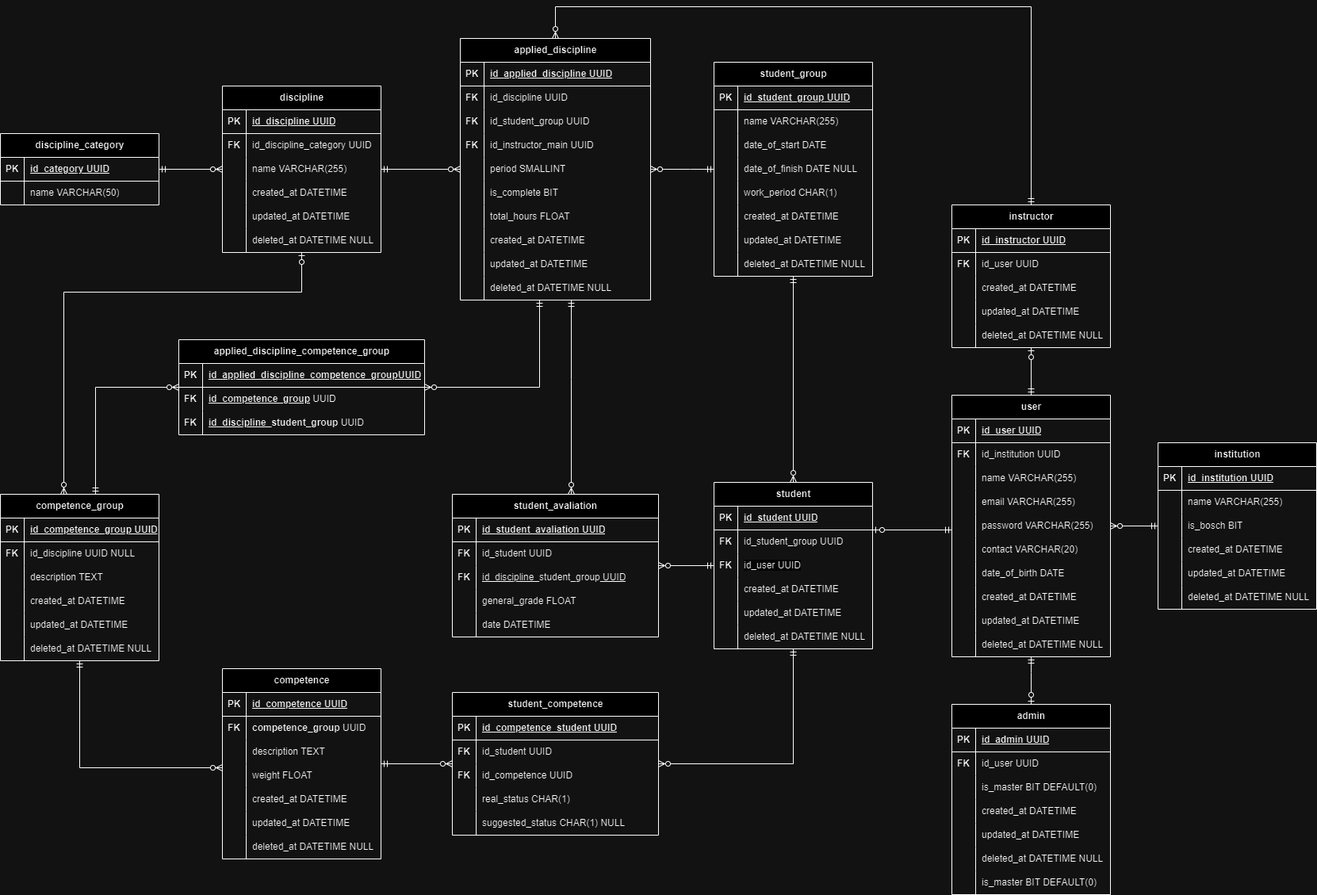
AndreLuisPLuz/ETSystemBack keeps this draw.io diagram as docs/Databse/ETSystemDB.drawio.png. Above is the earlier version. Source tidied: cells renumbered, new cells last; positions are measured from the earlier drawing's top-left corner, leaving out a move shared by most shapes.
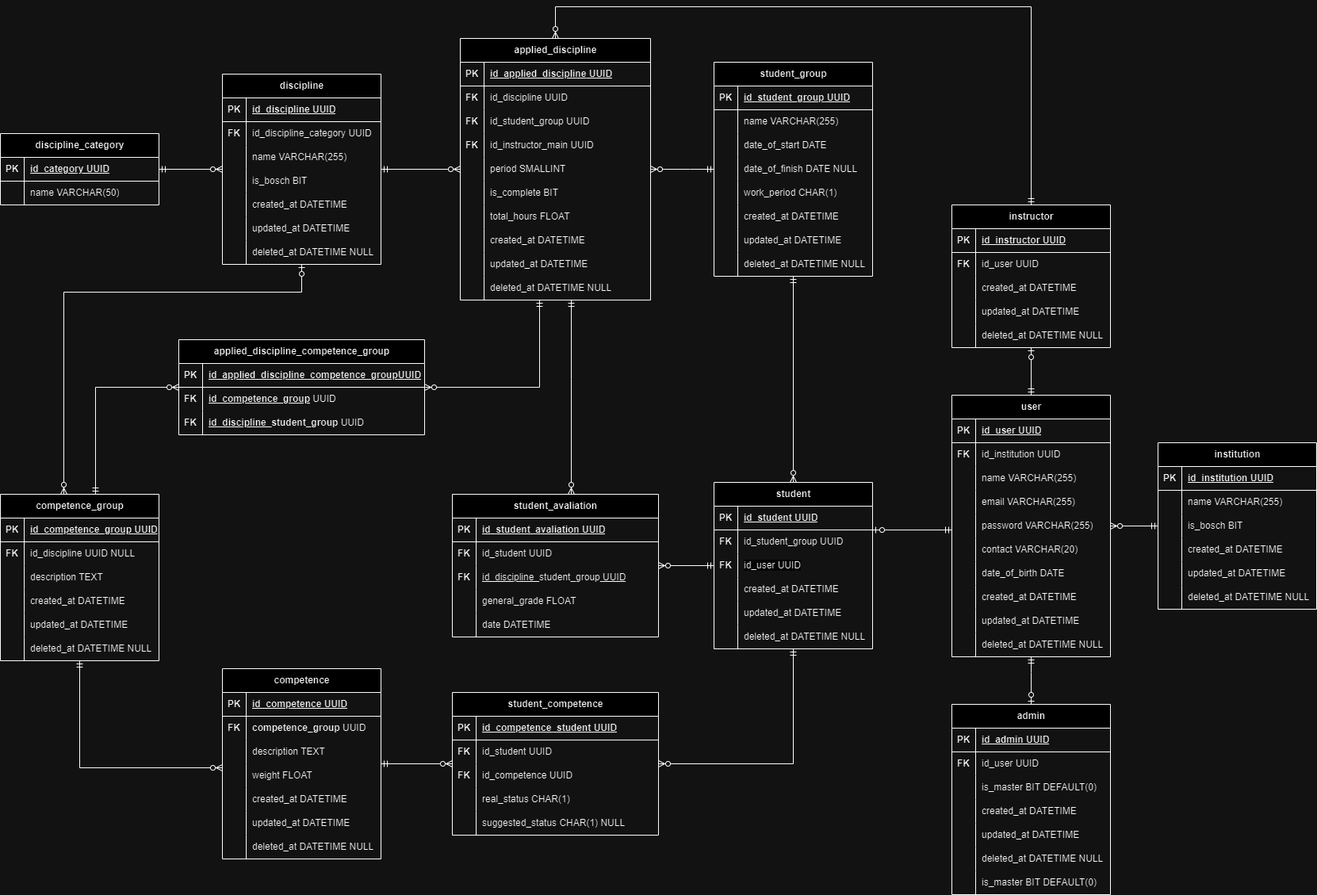
The same file after the commit.

Commit message:
feat: att on discipline

Diff of the diagram source:
```diff
@@ -459,7 +459,7 @@
       <mxGeometry relative="1" as="geometry" />
     </mxCell>
     <mxCell id="149" value="discipline" style="shape=table;startSize=30;rowLines=0;fontStyle=1;align=center;html=1;" parent="1" vertex="1">
-      <mxGeometry x="280" y="100" width="200" height="210" as="geometry" />
+      <mxGeometry x="280" y="85" width="200" height="240" as="geometry" />
     </mxCell>
     <mxCell id="150" style="shape=tableRow;horizontal=0;startSize=0;swimlaneHead=0;swimlaneBody=0;fillColor=none;top=0;left=0;right=0;bottom=1;" parent="149" vertex="1">
       <mxGeometry y="30" width="200" height="30" as="geometry" />
@@ -488,8 +488,17 @@
     <mxCell id="158" value="name VARCHAR(255)" style="shape=partialRectangle;fillColor=none;top=0;left=0;bottom=0;right=0;align=left;spacingLeft=6;overflow=hidden;whiteSpace=wrap;html=1;" parent="156" vertex="1">
       <mxGeometry x="30" width="170" height="30" as="geometry" />
     </mxCell>
+    <mxCell id="291" style="shape=tableRow;horizontal=0;startSize=0;swimlaneHead=0;swimlaneBody=0;fillColor=none;top=0;left=0;right=0;bottom=0;" parent="149" vertex="1">
+      <mxGeometry y="120" width="200" height="30" as="geometry" />
+    </mxCell>
+    <mxCell id="292" style="shape=partialRectangle;fillColor=none;top=0;left=0;bottom=0;right=0;overflow=hidden;whiteSpace=wrap;html=1;" parent="291" vertex="1">
+      <mxGeometry width="30" height="30" as="geometry" />
+    </mxCell>
+    <mxCell id="293" value="is_bosch BIT" style="shape=partialRectangle;fillColor=none;top=0;left=0;bottom=0;right=0;align=left;spacingLeft=6;overflow=hidden;whiteSpace=wrap;html=1;" parent="291" vertex="1">
+      <mxGeometry x="30" width="170" height="30" as="geometry" />
+    </mxCell>
     <mxCell id="159" style="shape=tableRow;horizontal=0;startSize=0;swimlaneHead=0;swimlaneBody=0;fillColor=none;top=0;left=0;right=0;bottom=0;" parent="149" vertex="1">
-      <mxGeometry y="120" width="200" height="30" as="geometry" />
+      <mxGeometry y="150" width="200" height="30" as="geometry" />
     </mxCell>
     <mxCell id="160" style="shape=partialRectangle;fillColor=none;top=0;left=0;bottom=0;right=0;overflow=hidden;whiteSpace=wrap;html=1;" parent="159" vertex="1">
       <mxGeometry width="30" height="30" as="geometry" />
@@ -498,7 +507,7 @@
       <mxGeometry x="30" width="170" height="30" as="geometry" />
     </mxCell>
     <mxCell id="162" style="shape=tableRow;horizontal=0;startSize=0;swimlaneHead=0;swimlaneBody=0;fillColor=none;top=0;left=0;right=0;bottom=0;" parent="149" vertex="1">
-      <mxGeometry y="150" width="200" height="30" as="geometry" />
+      <mxGeometry y="180" width="200" height="30" as="geometry" />
     </mxCell>
     <mxCell id="163" style="shape=partialRectangle;fillColor=none;top=0;left=0;bottom=0;right=0;overflow=hidden;whiteSpace=wrap;html=1;" parent="162" vertex="1">
       <mxGeometry width="30" height="30" as="geometry" />
@@ -507,7 +516,7 @@
       <mxGeometry x="30" width="170" height="30" as="geometry" />
     </mxCell>
     <mxCell id="165" style="shape=tableRow;horizontal=0;startSize=0;swimlaneHead=0;swimlaneBody=0;fillColor=none;top=0;left=0;right=0;bottom=0;" parent="149" vertex="1">
-      <mxGeometry y="180" width="200" height="30" as="geometry" />
+      <mxGeometry y="210" width="200" height="30" as="geometry" />
     </mxCell>
     <mxCell id="166" style="shape=partialRectangle;fillColor=none;top=0;left=0;bottom=0;right=0;overflow=hidden;whiteSpace=wrap;html=1;" parent="165" vertex="1">
       <mxGeometry width="30" height="30" as="geometry" />
```
